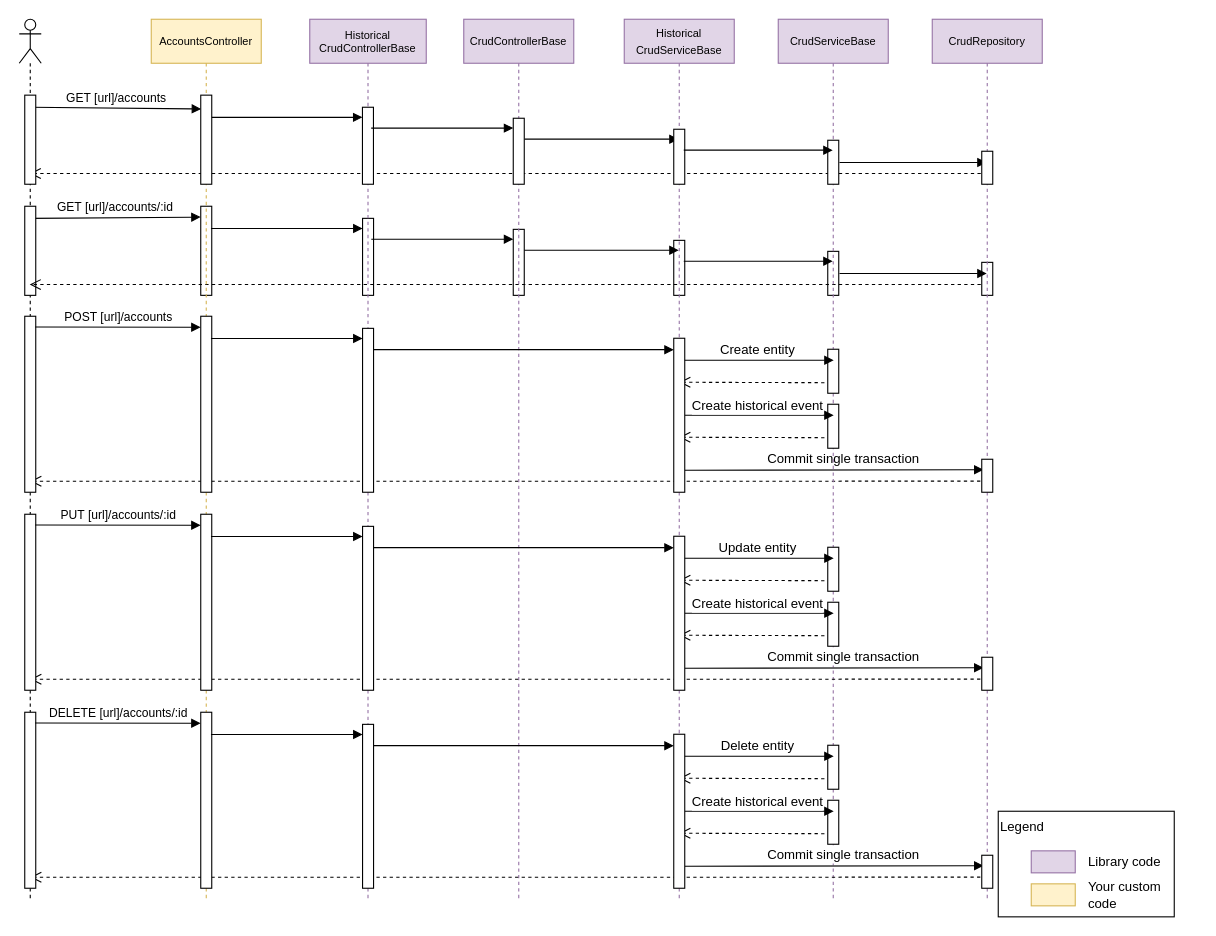
The draw.io diagram page "HistoricalCrud" (4 of 4) of docs/CustomLayers/sequence.drawio in lonesomegeek/LSG.GenericCrud, before the edit. Source tidied: cells renumbered, new cells numbered last; positions are measured from the earlier drawing's top-left corner, leaving out a move shared by most shapes. Both pictures are drawn from the tidied source at 110%, with x=0, y=0 at pixel (19, 19).
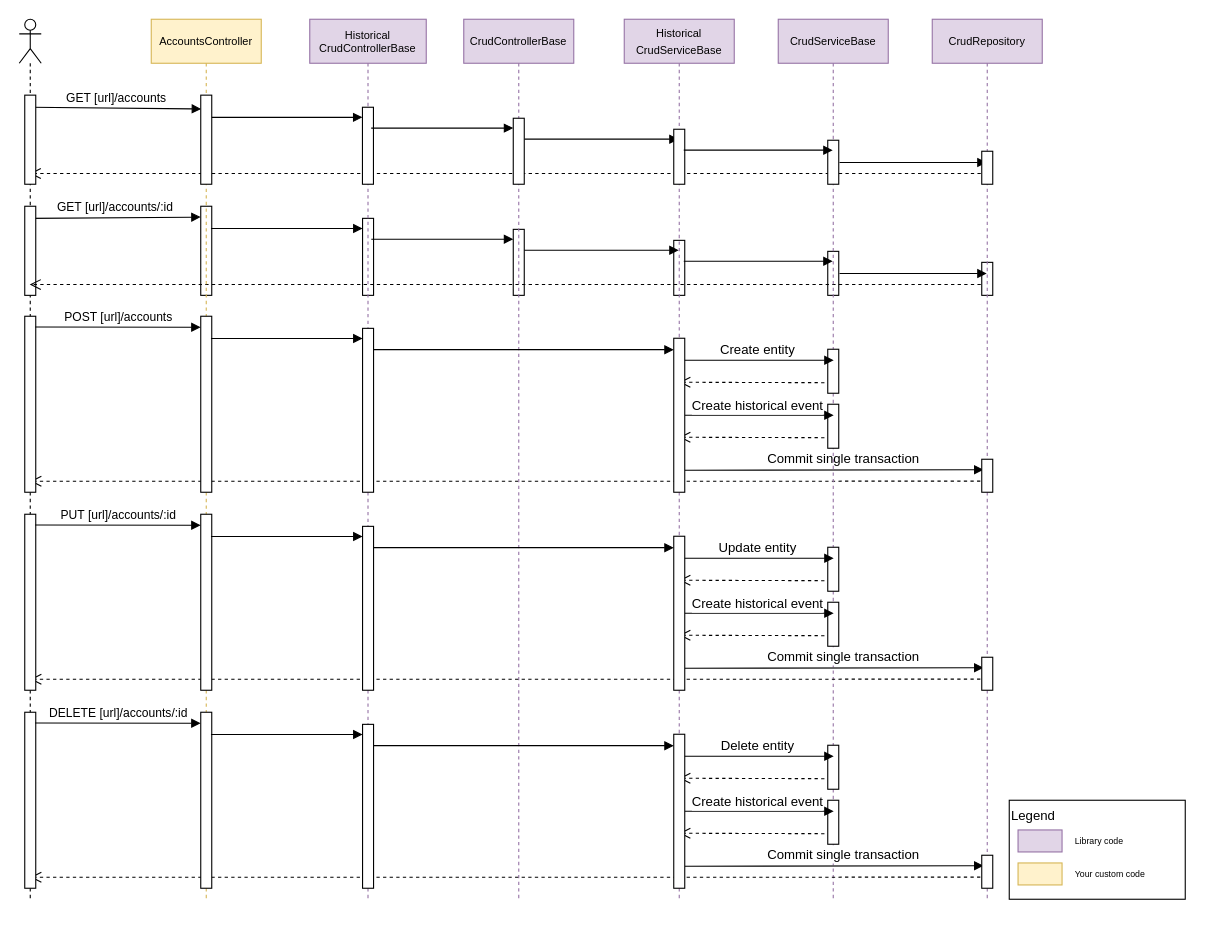
Above is the later version.

What changed in the source:
```diff
@@
-    <mxCell id="95" style="group;" parent="1" vertex="1">
-      <mxGeometry x="890" y="720" width="180" height="96" as="geometry" />
-    </mxCell>
-    <mxCell id="96" value="Legend" style="rounded=0;whiteSpace=wrap;html=1;align=left;labelPosition=center;verticalLabelPosition=middle;verticalAlign=top;" parent="95" vertex="1">
-      <mxGeometry width="160" height="96" as="geometry" />
+    <mxCell id="96" value="Legend" style="rounded=0;whiteSpace=wrap;html=1;align=left;labelPosition=center;verticalLabelPosition=middle;verticalAlign=top;" parent="1" vertex="1">
+      <mxGeometry x="900" y="710" width="160" height="90" as="geometry" />
     </mxCell>
-    <mxCell id="97" style="rounded=0;whiteSpace=wrap;html=1;align=left;fillColor=#e1d5e7;strokeColor=#9673a6;" parent="95" vertex="1">
-      <mxGeometry x="30" y="36" width="40" height="20" as="geometry" />
-    </mxCell>
-    <mxCell id="98" style="rounded=0;whiteSpace=wrap;html=1;align=left;fillColor=#fff2cc;strokeColor=#d6b656;" parent="95" vertex="1">
-      <mxGeometry x="30" y="66" width="40" height="20" as="geometry" />
-    </mxCell>
+    <mxCell id="101" style="rounded=0;whiteSpace=wrap;html=1;align=left;fillColor=#e1d5e7;strokeColor=#9673a6;" parent="1" vertex="1">
+      <mxGeometry x="908" y="737" width="40" height="20" as="geometry" />
+    </mxCell>
+    <mxCell id="102" style="rounded=0;whiteSpace=wrap;html=1;align=left;fillColor=#fff2cc;strokeColor=#d6b656;" parent="1" vertex="1">
+      <mxGeometry x="908" y="767" width="40" height="20" as="geometry" />
+    </mxCell>
-    <mxCell id="99" value="Library code" style="text;html=1;strokeColor=none;fillColor=none;align=left;verticalAlign=middle;whiteSpace=wrap;rounded=0;" parent="95" vertex="1">
-      <mxGeometry x="80" y="36" width="100" height="20" as="geometry" />
+    <mxCell id="99" value="Library code" style="text;html=1;strokeColor=none;fillColor=none;align=left;verticalAlign=middle;whiteSpace=wrap;rounded=0;fontSize=8;" parent="1" vertex="1">
+      <mxGeometry x="958" y="737" width="100" height="20" as="geometry" />
     </mxCell>
-    <mxCell id="100" value="Your custom code" style="text;html=1;strokeColor=none;fillColor=none;align=left;verticalAlign=middle;whiteSpace=wrap;rounded=0;" parent="95" vertex="1">
-      <mxGeometry x="80" y="66" width="70" height="20" as="geometry" />
+    <mxCell id="100" value="Your custom code" style="text;html=1;strokeColor=none;fillColor=none;align=left;verticalAlign=middle;whiteSpace=wrap;rounded=0;fontSize=8;" parent="1" vertex="1">
+      <mxGeometry x="958" y="767" width="101" height="20" as="geometry" />
     </mxCell>
```
